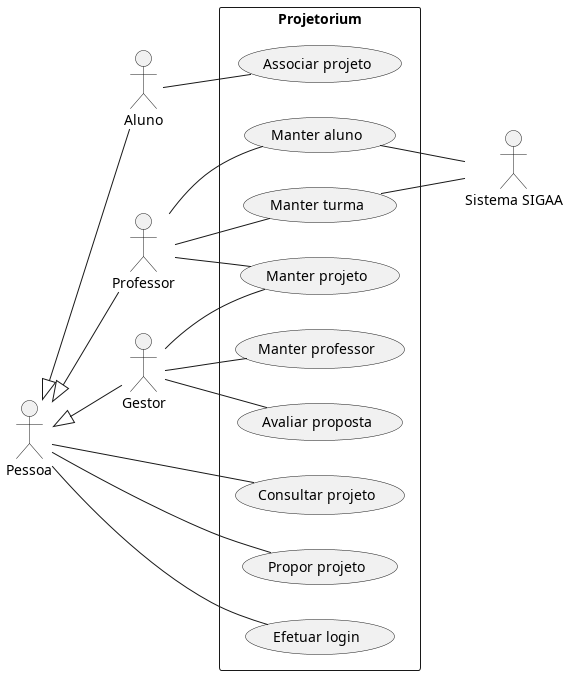
Before: requisitos/usecase.png, a diagram exported from PlantUML (Pedro-V/projetorium).
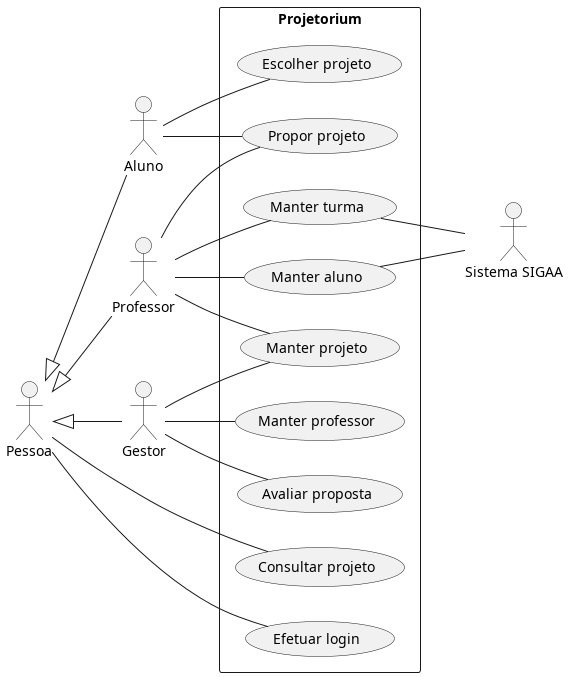
After the change.

Commit message:
Atualizado caso de uso

Change to the diagram source:
```diff
@@ -10,7 +10,6 @@
 Pessoa <|-- Professor
 Pessoa <|-- Gestor
 
-
 rectangle "Projetorium" {
     (Consultar projeto) as ConsProj
     (Propor projeto) as PropProj
@@ -20,18 +19,19 @@
     (Manter professor) as MantProf
     (Manter aluno) as MantAlun
     (Avaliar proposta) as AvalProp
-    (Associar projeto) as AssocProj
+    (Escolher projeto) as EscProj
 }
 
-Aluno -- AssocProj
+Pessoa -- ConsProj
+Pessoa -- EfetLog
 
-Pessoa -- ConsProj
-Pessoa -- PropProj
-Pessoa -- EfetLog
+Aluno -- PropProj
+Aluno -- EscProj
 
 Professor -- MantAlun
 Professor -- MantTurm
 Professor -- MantProj
+Professor -- PropProj
 
 Gestor -- AvalProp
 Gestor -- MantProj
```
